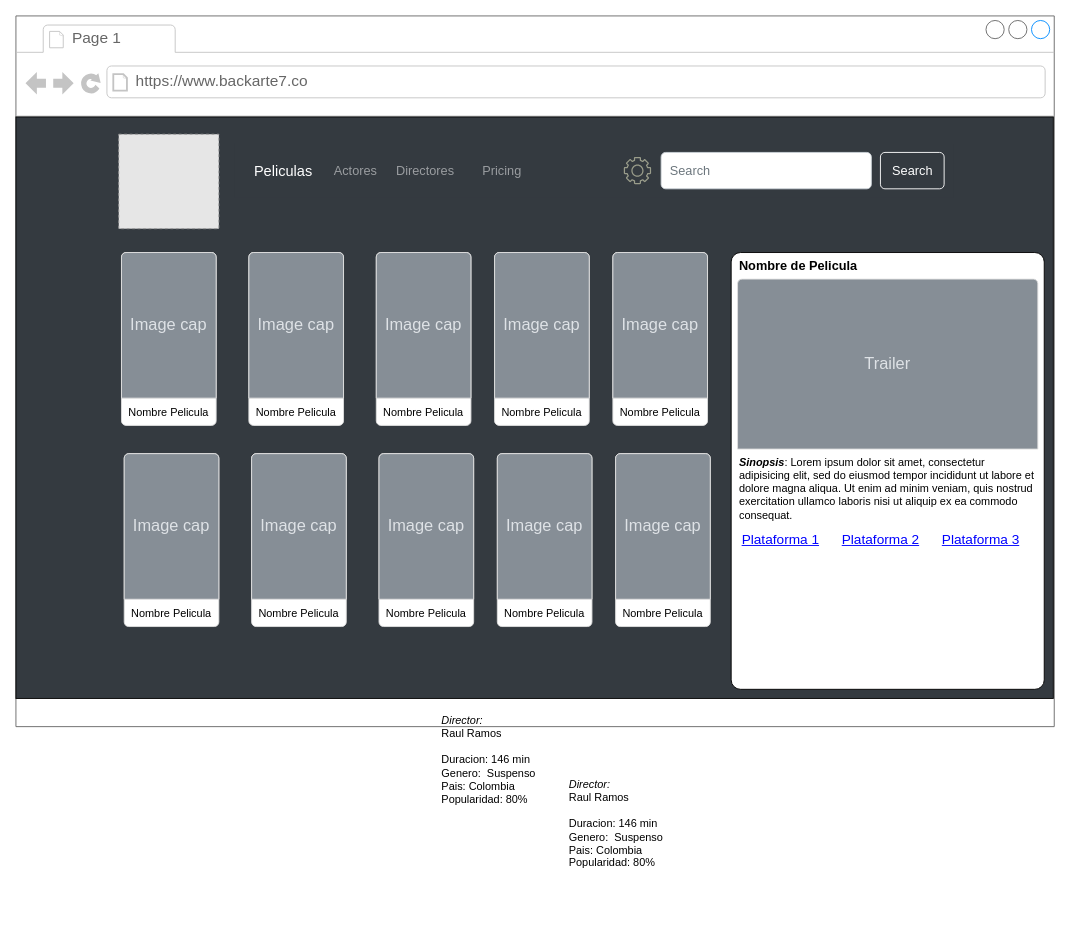
The draw.io diagram diagramas/ListaDePeliculas.drawio in ronguito/MISW4103-PAS, before the edit. Source tidied: cells renumbered, new cells numbered last; positions are measured from the earlier drawing's top-left corner, leaving out a move shared by most shapes. Both pictures are drawn from the tidied source at 91%, with x=0, y=0 at pixel (15, 15). Pictures stored in the file or linked from it are replaced by grey dashed boxes.
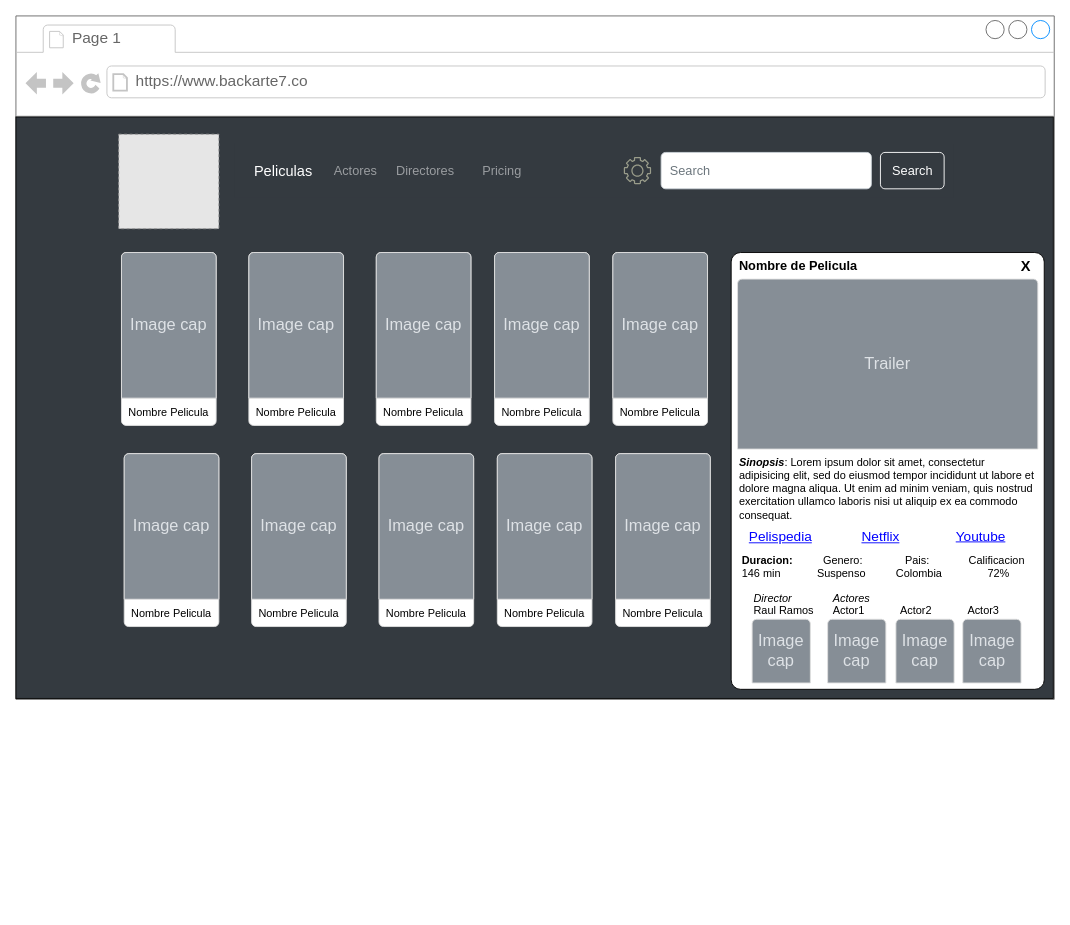
Above is the later version.

What changed in the source:
```diff
@@
     <mxCell id="2" style="strokeWidth=1;shadow=0;dashed=0;align=center;html=1;shape=mxgraph.mockup.containers.browserWindow;rSize=0;strokeColor=#666666;strokeColor2=#008cff;strokeColor3=#c4c4c4;mainText=,;fillColor=#ffffff;" parent="1" vertex="1">
-      <mxGeometry width="1141" height="781" as="geometry" />
+      <mxGeometry width="1141" height="751" as="geometry" />
     </mxCell>
@@
-    <mxCell id="60" value="Plataforma 1" style="shape=rectangle;strokeColor=none;fillColor=none;linkText=;fontSize=15;fontColor=#0000ff;fontStyle=4;html=1;align=center;" parent="2" vertex="1">
-      <mxGeometry x="796" y="560" width="87" height="30" as="geometry" />
+    <mxCell id="60" value="Pelispedia" style="shape=rectangle;strokeColor=none;fillColor=none;linkText=;fontSize=15;fontColor=#0000ff;fontStyle=4;html=1;align=center;" parent="2" vertex="1">
+      <mxGeometry x="796" y="557" width="87" height="30" as="geometry" />
     </mxCell>
-    <mxCell id="61" value="Plataforma 2" style="shape=rectangle;strokeColor=none;fillColor=none;linkText=;fontSize=15;fontColor=#0000ff;fontStyle=4;html=1;align=center;" parent="2" vertex="1">
-      <mxGeometry x="906" y="560" width="87" height="30" as="geometry" />
+    <mxCell id="61" value="Netflix" style="shape=rectangle;strokeColor=none;fillColor=none;linkText=;fontSize=15;fontColor=#0000ff;fontStyle=4;html=1;align=center;" parent="2" vertex="1">
+      <mxGeometry x="906" y="557" width="87" height="30" as="geometry" />
     </mxCell>
-    <mxCell id="62" value="Plataforma 3" style="shape=rectangle;strokeColor=none;fillColor=none;linkText=;fontSize=15;fontColor=#0000ff;fontStyle=4;html=1;align=center;" parent="2" vertex="1">
-      <mxGeometry x="1016" y="560" width="87" height="30" as="geometry" />
+    <mxCell id="62" value="Youtube" style="shape=rectangle;strokeColor=none;fillColor=none;linkText=;fontSize=15;fontColor=#0000ff;fontStyle=4;html=1;align=center;" parent="2" vertex="1">
+      <mxGeometry x="1016" y="556" width="87" height="30" as="geometry" />
     </mxCell>
-    <mxCell id="63" value="&lt;div&gt;&lt;i&gt;Director:&lt;/i&gt;&lt;/div&gt;&lt;span style=&quot;background-color: initial;&quot;&gt;Raul Ramos&lt;/span&gt;&lt;div&gt;&lt;br&gt;&lt;/div&gt;&lt;div&gt;Duracion: 146 min&lt;div&gt;Genero:&amp;nbsp; Suspenso&lt;/div&gt;&lt;div&gt;Pais: Colombia&lt;/div&gt;&lt;div&gt;Popularidad: 80%&lt;/div&gt;&lt;div&gt;&lt;br&gt;&lt;/div&gt;&lt;div&gt;&lt;br&gt;&lt;/div&gt;&lt;div&gt;&lt;br&gt;&lt;/div&gt;&lt;/div&gt;" style="text;html=1;align=left;verticalAlign=top;whiteSpace=wrap;rounded=0;fontFamily=Helvetica;" parent="1" vertex="1">
-      <mxGeometry x="466" y="761" width="140" height="130" as="geometry" />
+    <mxCell id="63" value="&lt;div&gt;&lt;span style=&quot;background-color: initial;&quot;&gt;&lt;b&gt;Duracion:&lt;/b&gt;&amp;nbsp; &amp;nbsp; &amp;nbsp; &amp;nbsp; &amp;nbsp; Genero:&amp;nbsp; &amp;nbsp; &amp;nbsp; &amp;nbsp; &amp;nbsp; &amp;nbsp; &amp;nbsp; Pais:&amp;nbsp; &amp;nbsp; &amp;nbsp; &amp;nbsp; &amp;nbsp; &amp;nbsp; &amp;nbsp;Calificacion&lt;/span&gt;&lt;/div&gt;&lt;div&gt;&lt;span style=&quot;background-color: initial;&quot;&gt;146 min&amp;nbsp; &amp;nbsp; &amp;nbsp; &amp;nbsp; &amp;nbsp; &amp;nbsp;&amp;nbsp;&lt;/span&gt;&lt;span style=&quot;background-color: initial;&quot;&gt;Suspenso&amp;nbsp; &amp;nbsp; &amp;nbsp; &amp;nbsp; &amp;nbsp; Colombia&amp;nbsp; &amp;nbsp; &amp;nbsp; &amp;nbsp; &amp;nbsp; &amp;nbsp; &amp;nbsp; &amp;nbsp;72%&lt;/span&gt;&lt;/div&gt;&lt;div&gt;&lt;div&gt;&lt;br&gt;&lt;/div&gt;&lt;div&gt;&lt;br&gt;&lt;/div&gt;&lt;div&gt;&lt;br&gt;&lt;/div&gt;&lt;div&gt;&lt;br&gt;&lt;/div&gt;&lt;/div&gt;" style="text;html=1;align=left;verticalAlign=top;whiteSpace=wrap;rounded=0;fontFamily=Helvetica;" parent="2" vertex="1">
+      <mxGeometry x="796" y="585" width="324" height="40" as="geometry" />
     </mxCell>
-    <mxCell id="64" value="&lt;div&gt;&lt;i&gt;Director:&lt;/i&gt;&lt;/div&gt;&lt;span style=&quot;background-color: initial;&quot;&gt;Raul Ramos&lt;/span&gt;&lt;div&gt;&lt;br&gt;&lt;/div&gt;&lt;div&gt;Duracion: 146 min&lt;div&gt;Genero:&amp;nbsp; Suspenso&lt;/div&gt;&lt;div&gt;Pais: Colombia&lt;/div&gt;&lt;div&gt;Popularidad: 80%&lt;/div&gt;&lt;div&gt;&lt;br&gt;&lt;/div&gt;&lt;div&gt;&lt;br&gt;&lt;/div&gt;&lt;div&gt;&lt;br&gt;&lt;/div&gt;&lt;/div&gt;" style="text;html=1;align=left;verticalAlign=top;whiteSpace=wrap;rounded=0;fontFamily=Helvetica;" parent="1" vertex="1">
-      <mxGeometry x="606" y="831" width="140" height="130" as="geometry" />
+    <mxCell id="64" value="&lt;div&gt;&lt;i&gt;Director&lt;/i&gt;&lt;/div&gt;&lt;div&gt;Raul Ramos&lt;/div&gt;&lt;br&gt;&lt;div&gt;&lt;div&gt;&lt;br&gt;&lt;/div&gt;&lt;div&gt;&lt;br&gt;&lt;/div&gt;&lt;div&gt;&lt;br&gt;&lt;/div&gt;&lt;/div&gt;" style="text;html=1;align=left;verticalAlign=top;whiteSpace=wrap;rounded=0;fontFamily=Helvetica;" parent="2" vertex="1">
+      <mxGeometry x="809" y="626" width="74" height="40" as="geometry" />
     </mxCell>
+    <mxCell id="65" value="&lt;div&gt;&lt;i&gt;Actores&lt;/i&gt;&lt;/div&gt;&lt;div&gt;Actor1&amp;nbsp; &amp;nbsp; &amp;nbsp; &amp;nbsp; &amp;nbsp; &amp;nbsp; Actor2&amp;nbsp; &amp;nbsp; &amp;nbsp; &amp;nbsp; &amp;nbsp; &amp;nbsp; Actor3&lt;/div&gt;&lt;div&gt;&lt;div&gt;&lt;br&gt;&lt;/div&gt;&lt;div&gt;&lt;br&gt;&lt;/div&gt;&lt;div&gt;&lt;br&gt;&lt;/div&gt;&lt;/div&gt;" style="text;html=1;align=left;verticalAlign=top;whiteSpace=wrap;rounded=0;fontFamily=Helvetica;" parent="2" vertex="1">
+      <mxGeometry x="896" y="626" width="204" height="34" as="geometry" />
+    </mxCell>
+    <mxCell id="66" value="Image cap" style="html=1;shadow=0;dashed=0;shape=mxgraph.bootstrap.topButton;rSize=5;perimeter=none;whiteSpace=wrap;fillColor=#868E96;strokeColor=#DFDFDF;fontColor=#DEE2E6;fontSize=18;" parent="2" vertex="1">
+      <mxGeometry x="809" y="663" width="64" height="70" as="geometry" />
+    </mxCell>
+    <mxCell id="67" value="Image cap" style="html=1;shadow=0;dashed=0;shape=mxgraph.bootstrap.topButton;rSize=5;perimeter=none;whiteSpace=wrap;fillColor=#868E96;strokeColor=#DFDFDF;fontColor=#DEE2E6;fontSize=18;" parent="2" vertex="1">
+      <mxGeometry x="892" y="663" width="64" height="70" as="geometry" />
+    </mxCell>
+    <mxCell id="68" value="Image cap" style="html=1;shadow=0;dashed=0;shape=mxgraph.bootstrap.topButton;rSize=5;perimeter=none;whiteSpace=wrap;fillColor=#868E96;strokeColor=#DFDFDF;fontColor=#DEE2E6;fontSize=18;" parent="2" vertex="1">
+      <mxGeometry x="967" y="663" width="64" height="70" as="geometry" />
+    </mxCell>
+    <mxCell id="69" value="Image cap" style="html=1;shadow=0;dashed=0;shape=mxgraph.bootstrap.topButton;rSize=5;perimeter=none;whiteSpace=wrap;fillColor=#868E96;strokeColor=#DFDFDF;fontColor=#DEE2E6;fontSize=18;" parent="2" vertex="1">
+      <mxGeometry x="1040.5" y="663" width="64" height="70" as="geometry" />
+    </mxCell>
+    <mxCell id="70" value="X" style="text;html=1;align=center;verticalAlign=middle;whiteSpace=wrap;rounded=0;fontStyle=1;fontSize=16;" parent="2" vertex="1">
+      <mxGeometry x="1080" y="260" width="60" height="30" as="geometry" />
+    </mxCell>
```
